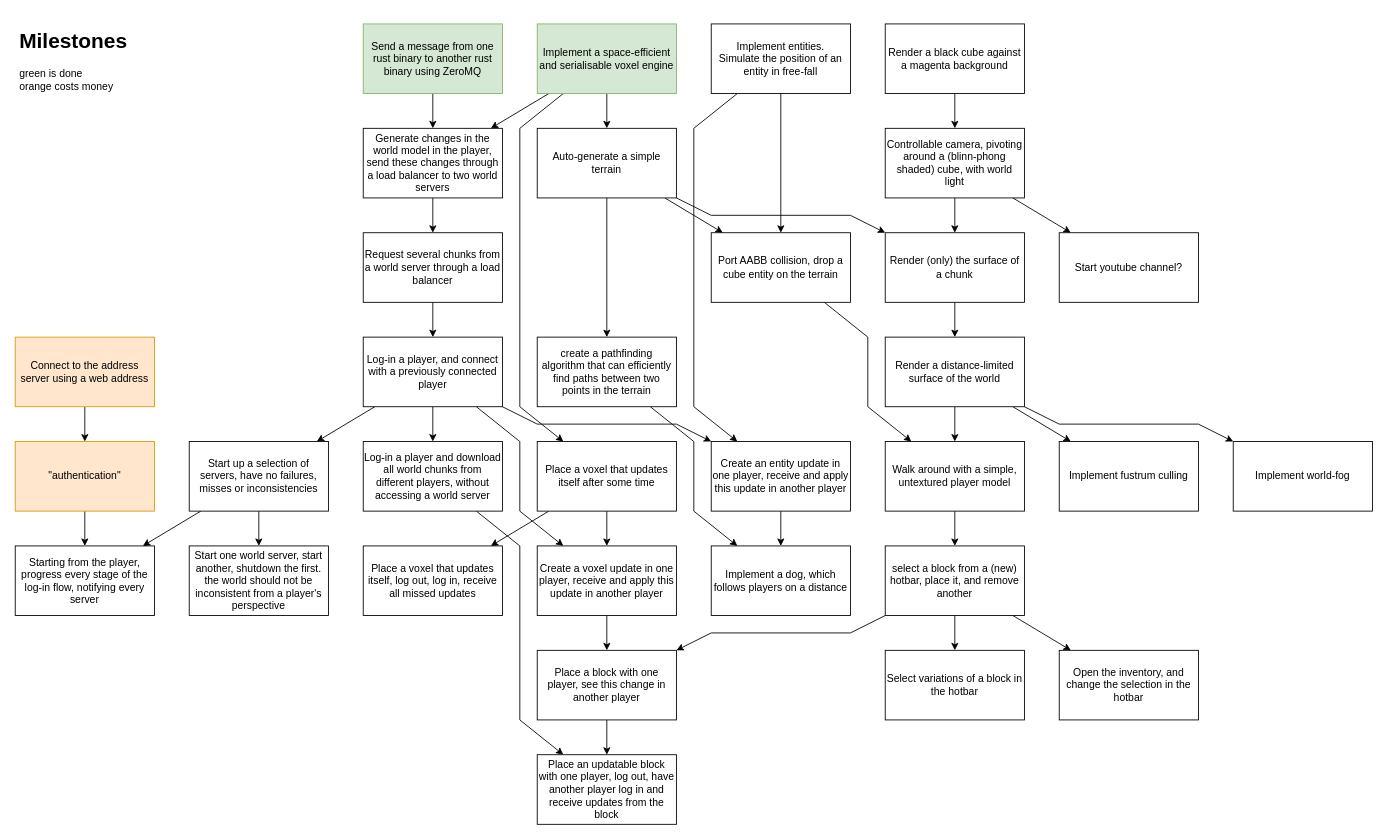
ieperen3039/SparksOfLabor keeps this draw.io diagram as doc/SolMilestones.drawio. Above is the earlier version. Source tidied: cells renumbered, new cells numbered last; positions are measured from the earlier drawing's top-left corner, leaving out a move shared by most shapes. Both pictures are drawn from the tidied source at 87%, with x=0, y=0 at pixel (15, 23).
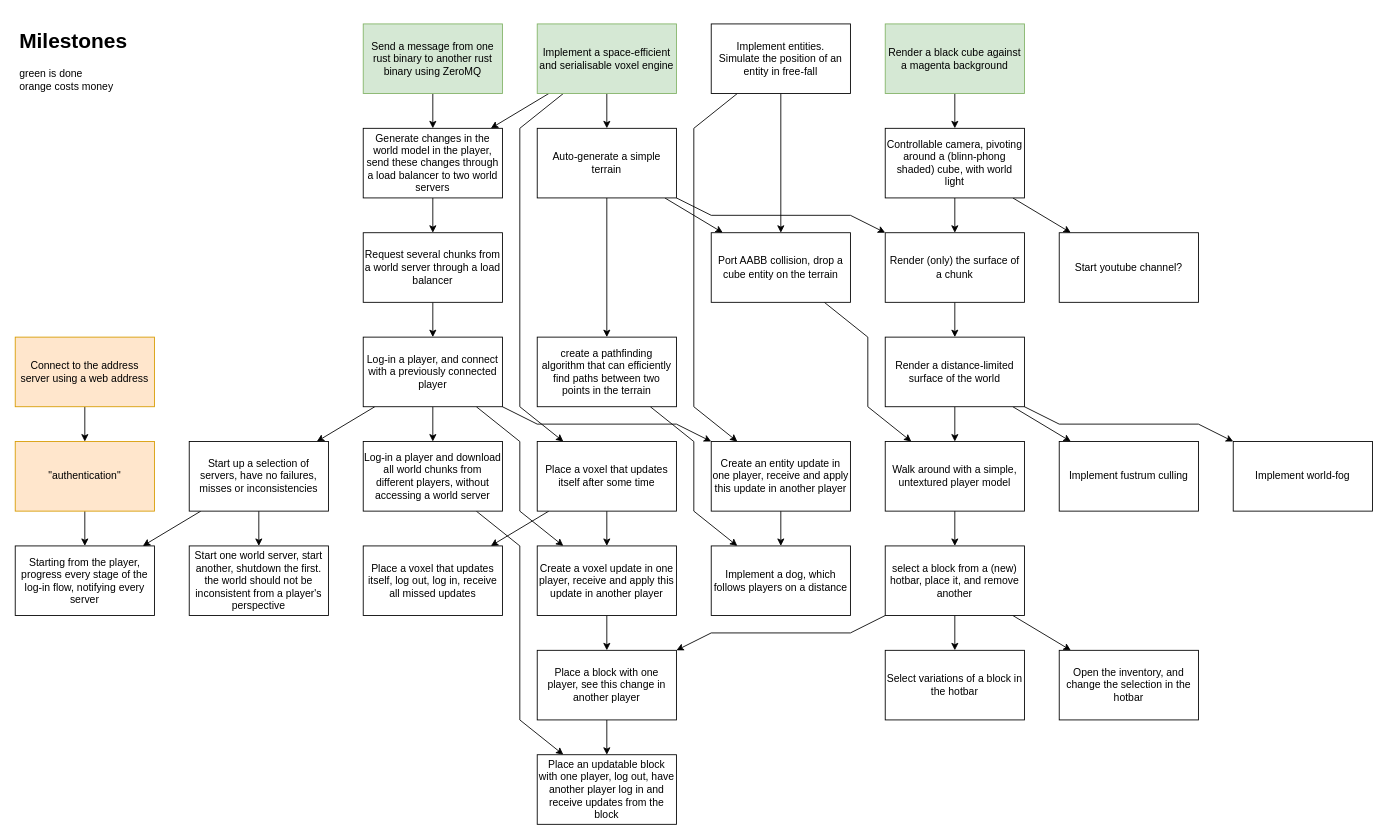
Above is the later version.

The edit, as a diff of the source:
```diff
@@
-    <mxCell id="6" value="Render a black cube against a magenta background" style="rounded=0;whiteSpace=wrap;html=1;" parent="1" vertex="1">
+    <mxCell id="6" value="Render a black cube against a magenta background" style="rounded=0;whiteSpace=wrap;html=1;fillColor=#d5e8d4;strokeColor=#82b366;" parent="1" vertex="1">
       <mxGeometry x="1000" width="160" height="80" as="geometry" />
     </mxCell>
```
